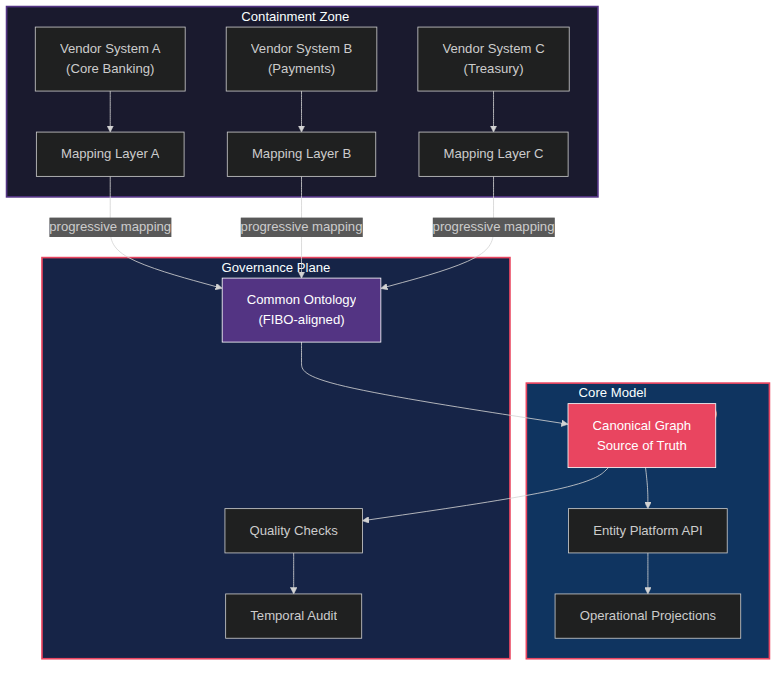
Above: artifacts/dimensions/01-logical-model/diagrams/dual-containment.png in danielssonn/dataarch (Mermaid), before the change. Its source is kept beside it as artifacts/dimensions/01-logical-model/diagrams/dual-containment.mmd.
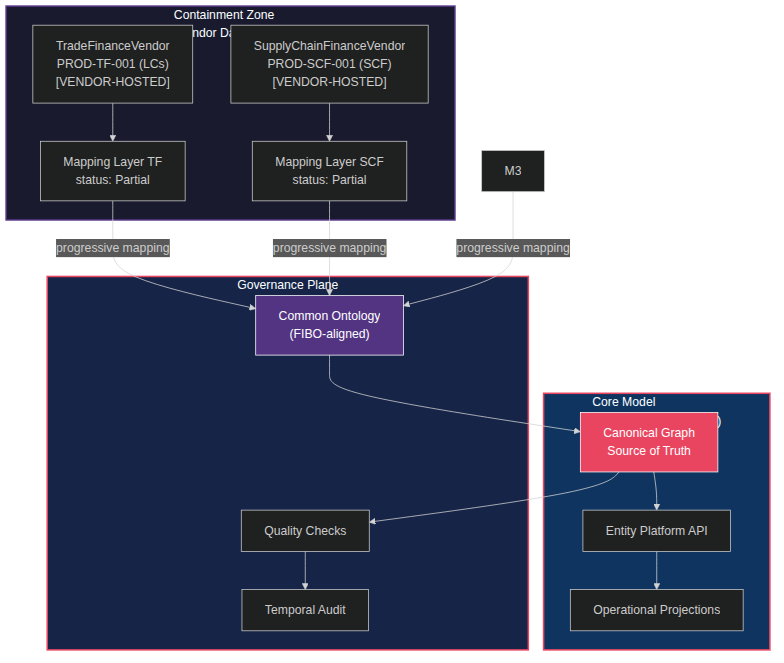
After the commit.

The edit, as a diff of the source:
```diff
@@ -10,17 +10,14 @@
     end
 
     subgraph CONTAINMENT["Containment Zone<br/>(Vendor Data Feeds)"]
-        V1["Vendor System A<br/>(Core Banking)"]
-        V2["Vendor System B<br/>(Payments)"]
-        V3["Vendor System C<br/>(Treasury)"]
+        V1["TradeFinanceVendor<br/>PROD-TF-001 (LCs)<br/>[VENDOR-HOSTED]"]
+        V2["SupplyChainFinanceVendor<br/>PROD-SCF-001 (SCF)<br/>[VENDOR-HOSTED]"]
 
-        M1["Mapping Layer A"]
-        M2["Mapping Layer B"]
-        M3["Mapping Layer C"]
+        M1["Mapping Layer TF<br/>status: Partial"]
+        M2["Mapping Layer SCF<br/>status: Partial"]
 
         V1 --> M1
         V2 --> M2
-        V3 --> M3
     end
 
     subgraph GOVERNANCE["Governance Plane"]
```
